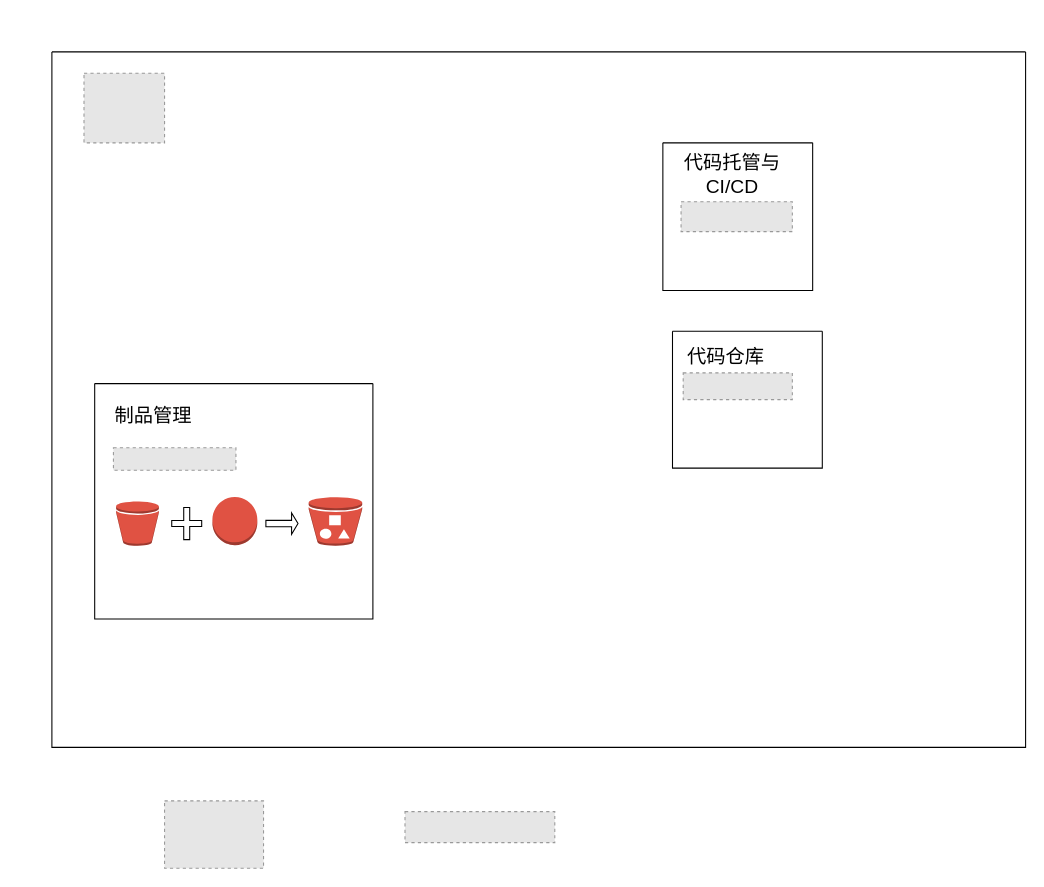
GorgeousU/draw.io keeps this draw.io diagram as page "平台架构" (1 of 17) of 发布中心.drawio. Above is the earlier version. Source tidied: cells renumbered, new cells numbered last; positions are measured from the earlier drawing's top-left corner, leaving out a move shared by most shapes. Both pictures are drawn from the tidied source at 107%, with x=0, y=0 at pixel (51, 51). Pictures stored in the file or linked from it are replaced by grey dashed boxes.
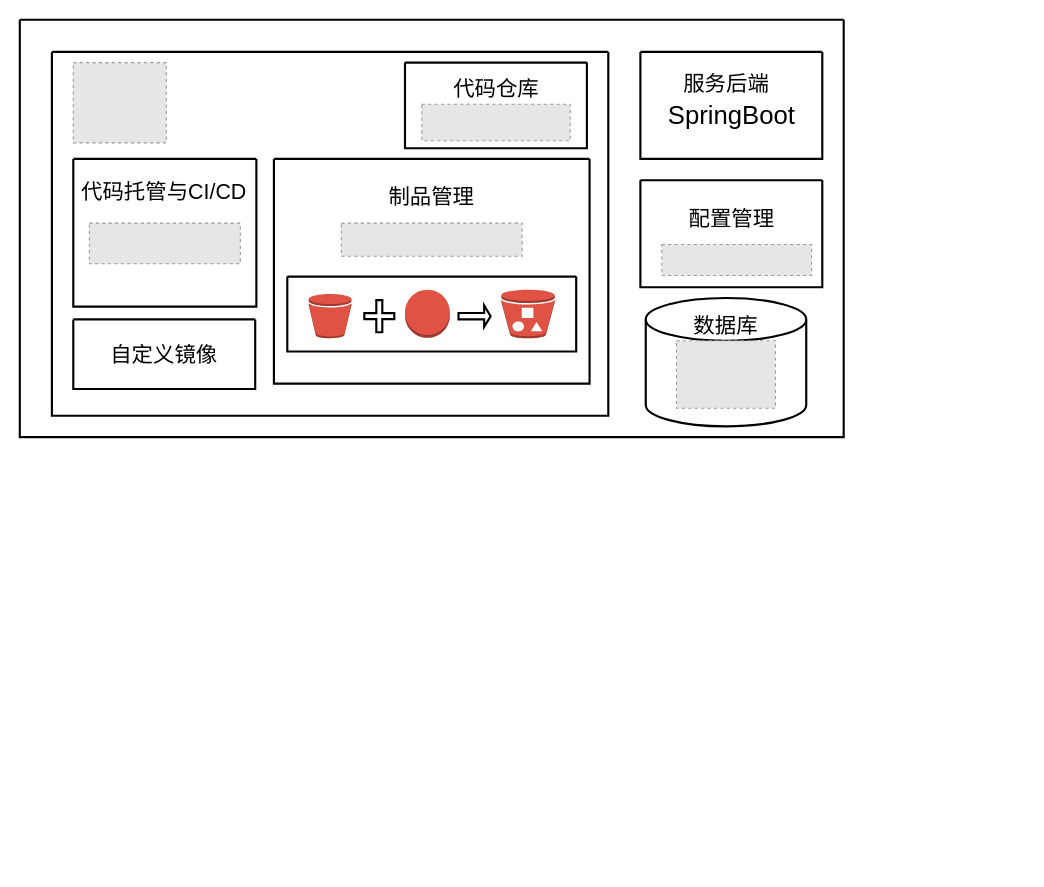
The same page after the edit.

Commit message (it also covers changes not shown here):
更新发布中心.drawio

Change to the diagram source:
```diff
@@
-    <mxCell id="2" style="swimlane;startSize=0;" parent="1" vertex="1">
-      <mxGeometry width="910" height="650" as="geometry" />
+    <mxCell id="2" style="swimlane;startSize=0;strokeWidth=2;" parent="1" vertex="1">
+      <mxGeometry width="520" height="340" as="geometry" />
     </mxCell>
     <mxCell id="3" style="fillColor=#E6E6E6;strokeColor=#999999;dashed=1;verticalLabelPosition=bottom;verticalAlign=top;" parent="2" vertex="1">
-      <mxGeometry x="30" y="20" width="75.3" height="65" as="geometry" />
+      <mxGeometry x="20" y="10" width="86.9" height="75" as="geometry" />
     </mxCell>
+    <mxCell id="7" style="swimlane;startSize=0;strokeWidth=2;" parent="2" vertex="1">
+      <mxGeometry x="20" y="100" width="171.1" height="138" as="geometry" />
+    </mxCell>
+    <mxCell id="8" style="fillColor=#E6E6E6;strokeColor=#999999;dashed=1;verticalLabelPosition=bottom;verticalAlign=top;" parent="7" vertex="1">
+      <mxGeometry x="15" y="60" width="141.1" height="38" as="geometry" />
+    </mxCell>
+    <mxCell id="9" value="&lt;font style=&quot;font-size: 20px;&quot;&gt;代码托管与CI/CD&lt;/font&gt;" style="text;html=1;align=center;verticalAlign=middle;whiteSpace=wrap;rounded=0;strokeWidth=2;" parent="7" vertex="1">
+      <mxGeometry y="15" width="170" height="30" as="geometry" />
+    </mxCell>
+    <mxCell id="20" style="swimlane;startSize=0;strokeWidth=2;" parent="2" vertex="1">
+      <mxGeometry x="20" y="250" width="170" height="65" as="geometry" />
+    </mxCell>
+    <mxCell id="21" value="&lt;font style=&quot;font-size: 20px;&quot;&gt;自定义镜像&lt;/font&gt;" style="text;html=1;align=center;verticalAlign=middle;whiteSpace=wrap;rounded=0;strokeWidth=2;" parent="20" vertex="1">
+      <mxGeometry x="30" y="17.2" width="110" height="30" as="geometry" />
+    </mxCell>
+    <mxCell id="22" style="swimlane;startSize=0;strokeWidth=2;" parent="1" vertex="1">
+      <mxGeometry x="-30" y="-30" width="770" height="390" as="geometry" />
+    </mxCell>
+    <mxCell id="23" style="swimlane;startSize=0;strokeWidth=2;" parent="22" vertex="1">
+      <mxGeometry x="580" y="150" width="170" height="100" as="geometry" />
+    </mxCell>
+    <mxCell id="24" value="&lt;font style=&quot;font-size: 20px;&quot;&gt;配置管理&lt;/font&gt;" style="text;html=1;align=center;verticalAlign=middle;whiteSpace=wrap;rounded=0;strokeWidth=2;" parent="23" vertex="1">
+      <mxGeometry x="32.5" y="20" width="105" height="30" as="geometry" />
+    </mxCell>
+    <mxCell id="19" style="fillColor=#E6E6E6;strokeColor=#999999;dashed=1;verticalLabelPosition=bottom;verticalAlign=top;" parent="23" vertex="1">
+      <mxGeometry x="20" y="60" width="140" height="29" as="geometry" />
+    </mxCell>
-    <mxCell id="4" style="swimlane;startSize=0;" parent="2" vertex="1">
-      <mxGeometry x="580" y="261" width="140" height="128" as="geometry" />
+    <mxCell id="4" style="swimlane;startSize=0;strokeWidth=2;" parent="22" vertex="1">
+      <mxGeometry x="360" y="40" width="170" height="80" as="geometry" />
     </mxCell>
     <mxCell id="5" style="fillColor=#E6E6E6;strokeColor=#999999;dashed=1;verticalLabelPosition=bottom;verticalAlign=top;" parent="4" vertex="1">
-      <mxGeometry x="10" y="39" width="102" height="25" as="geometry" />
+      <mxGeometry x="15.7" y="39" width="138.7" height="34" as="geometry" />
     </mxCell>
-    <mxCell id="6" value="&lt;font style=&quot;font-size: 18px;&quot;&gt;代码仓库&lt;/font&gt;" style="text;html=1;align=center;verticalAlign=middle;whiteSpace=wrap;rounded=0;" parent="4" vertex="1">
-      <mxGeometry x="10" y="9" width="80" height="30" as="geometry" />
+    <mxCell id="6" value="&lt;font style=&quot;font-size: 20px;&quot;&gt;代码仓库&lt;/font&gt;" style="text;html=1;align=center;verticalAlign=middle;whiteSpace=wrap;rounded=0;strokeWidth=2;" parent="4" vertex="1">
+      <mxGeometry x="37.5" y="9" width="95" height="30" as="geometry" />
     </mxCell>
-    <mxCell id="7" style="swimlane;startSize=0;" parent="2" vertex="1">
-      <mxGeometry x="571" y="85" width="140" height="138" as="geometry" />
-    </mxCell>
-    <mxCell id="8" style="fillColor=#E6E6E6;strokeColor=#999999;dashed=1;verticalLabelPosition=bottom;verticalAlign=top;" parent="7" vertex="1">
-      <mxGeometry x="17" y="55" width="104" height="28" as="geometry" />
-    </mxCell>
-    <mxCell id="9" value="&lt;font style=&quot;font-size: 18px;&quot;&gt;代码托管与CI/CD&lt;/font&gt;" style="text;html=1;align=center;verticalAlign=middle;whiteSpace=wrap;rounded=0;" parent="7" vertex="1">
-      <mxGeometry y="15" width="130" height="30" as="geometry" />
-    </mxCell>
+    <mxCell id="25" style="swimlane;startSize=0;strokeWidth=2;" parent="22" vertex="1">
+      <mxGeometry x="580" y="30" width="170" height="100" as="geometry" />
+    </mxCell>
+    <mxCell id="26" value="&lt;font style=&quot;font-size: 24px;&quot;&gt;SpringBoot&lt;/font&gt;" style="text;html=1;align=center;verticalAlign=middle;strokeColor=none;fillColor=none;strokeWidth=2;" parent="25" vertex="1">
+      <mxGeometry x="15" y="40" width="140" height="40" as="geometry" />
+    </mxCell>
+    <mxCell id="27" value="&lt;font style=&quot;font-size: 20px;&quot;&gt;服务后端&lt;/font&gt;" style="text;html=1;align=center;verticalAlign=middle;strokeColor=none;fillColor=none;strokeWidth=2;" parent="25" vertex="1">
+      <mxGeometry x="30" y="9" width="100" height="40" as="geometry" />
+    </mxCell>
+    <mxCell id="28" style="group;strokeWidth=2;" parent="22" vertex="1">
+      <mxGeometry x="585" y="260" width="150" height="120" as="geometry" />
+    </mxCell>
+    <mxCell id="29" style="strokeWidth=2;html=1;shape=mxgraph.flowchart.database;whiteSpace=wrap;" parent="28" vertex="1">
+      <mxGeometry width="150" height="120" as="geometry" />
+    </mxCell>
+    <mxCell id="30" value="&lt;font style=&quot;font-size: 20px;&quot;&gt;数据库&lt;/font&gt;" style="text;html=1;align=center;verticalAlign=middle;whiteSpace=wrap;rounded=0;strokeWidth=2;" parent="28" vertex="1">
+      <mxGeometry x="40" y="10" width="70" height="30" as="geometry" />
+    </mxCell>
+    <mxCell id="18" style="fillColor=#E6E6E6;strokeColor=#999999;dashed=1;verticalLabelPosition=bottom;verticalAlign=top;" parent="28" vertex="1">
+      <mxGeometry x="28.7" y="40" width="92.5" height="63" as="geometry" />
+    </mxCell>
-    <mxCell id="10" style="swimlane;startSize=0;" parent="2" vertex="1">
-      <mxGeometry x="40" y="310" width="260" height="220" as="geometry" />
+    <mxCell id="10" style="swimlane;startSize=0;strokeWidth=2;" parent="22" vertex="1">
+      <mxGeometry x="237.5" y="130" width="295" height="210" as="geometry" />
     </mxCell>
     <mxCell id="11" style="fillColor=#E6E6E6;strokeColor=#999999;dashed=1;verticalLabelPosition=bottom;verticalAlign=top;" parent="10" vertex="1">
-      <mxGeometry x="17.5" y="60" width="114.5" height="21" as="geometry" />
+      <mxGeometry x="63" y="60" width="169" height="31" as="geometry" />
     </mxCell>
+    <mxCell id="15" value="&lt;font style=&quot;font-size: 20px;&quot;&gt;制品管理&lt;/font&gt;" style="text;html=1;align=center;verticalAlign=middle;whiteSpace=wrap;rounded=0;strokeWidth=2;" parent="10" vertex="1">
+      <mxGeometry x="102.5" y="20" width="90" height="30" as="geometry" />
+    </mxCell>
+    <mxCell id="31" style="swimlane;startSize=0;strokeWidth=2;" parent="10" vertex="1">
+      <mxGeometry x="12.5" y="110" width="270" height="70" as="geometry" />
+    </mxCell>
-    <mxCell id="12" style="dashed=0;verticalLabelPosition=bottom;verticalAlign=top;align=center;html=1;shape=mxgraph.aws3.bucket;fillColor=#E05243;gradientColor=none;" parent="10" vertex="1">
-      <mxGeometry x="20" y="110" width="40" height="41.5" as="geometry" />
+    <mxCell id="12" style="dashed=0;verticalLabelPosition=bottom;verticalAlign=top;align=center;html=1;shape=mxgraph.aws3.bucket;fillColor=#E05243;gradientColor=none;strokeWidth=2;" parent="31" vertex="1">
+      <mxGeometry x="20" y="16.2" width="40" height="41.5" as="geometry" />
     </mxCell>
-    <mxCell id="13" style="dashed=0;verticalLabelPosition=bottom;verticalAlign=top;align=center;html=1;shape=mxgraph.aws3.object;fillColor=#E05243;gradientColor=none;" parent="10" vertex="1">
-      <mxGeometry x="110" y="106" width="42" height="45" as="geometry" />
+    <mxCell id="13" style="dashed=0;verticalLabelPosition=bottom;verticalAlign=top;align=center;html=1;shape=mxgraph.aws3.object;fillColor=#E05243;gradientColor=none;strokeWidth=2;" parent="31" vertex="1">
+      <mxGeometry x="110" y="12.2" width="42" height="45" as="geometry" />
     </mxCell>
-    <mxCell id="14" style="dashed=0;verticalLabelPosition=bottom;verticalAlign=top;align=center;html=1;shape=mxgraph.aws3.bucket_with_objects;fillColor=#E05243;gradientColor=none;" parent="10" vertex="1">
-      <mxGeometry x="200" y="106" width="50" height="45.5" as="geometry" />
+    <mxCell id="14" style="dashed=0;verticalLabelPosition=bottom;verticalAlign=top;align=center;html=1;shape=mxgraph.aws3.bucket_with_objects;fillColor=#E05243;gradientColor=none;strokeWidth=2;" parent="31" vertex="1">
+      <mxGeometry x="200" y="12.2" width="50" height="45.5" as="geometry" />
     </mxCell>
-    <mxCell id="15" value="&lt;font style=&quot;font-size: 18px;&quot;&gt;制品管理&lt;/font&gt;" style="text;html=1;align=center;verticalAlign=middle;whiteSpace=wrap;rounded=0;" parent="10" vertex="1">
-      <mxGeometry x="10" y="15" width="90" height="30" as="geometry" />
-    </mxCell>
-    <mxCell id="16" style="shape=cross;whiteSpace=wrap;html=1;" parent="10" vertex="1">
-      <mxGeometry x="72" y="115.8" width="28" height="30" as="geometry" />
+    <mxCell id="16" style="shape=cross;whiteSpace=wrap;html=1;strokeWidth=2;" parent="31" vertex="1">
+      <mxGeometry x="72" y="22" width="28" height="30" as="geometry" />
     </mxCell>
-    <mxCell id="17" style="shape=singleArrow;whiteSpace=wrap;html=1;" parent="10" vertex="1">
-      <mxGeometry x="160" y="120.8" width="30" height="20" as="geometry" />
+    <mxCell id="17" style="shape=singleArrow;whiteSpace=wrap;html=1;strokeWidth=2;" parent="31" vertex="1">
+      <mxGeometry x="160" y="27" width="30" height="20" as="geometry" />
     </mxCell>
-    <mxCell id="18" style="fillColor=#E6E6E6;strokeColor=#999999;dashed=1;verticalLabelPosition=bottom;verticalAlign=top;" parent="1" vertex="1">
-      <mxGeometry x="105.3" y="700" width="92.5" height="63" as="geometry" />
-    </mxCell>
-    <mxCell id="19" style="fillColor=#E6E6E6;strokeColor=#999999;dashed=1;verticalLabelPosition=bottom;verticalAlign=top;" parent="1" vertex="1">
-      <mxGeometry x="330" y="710" width="140" height="29" as="geometry" />
-    </mxCell>
```
